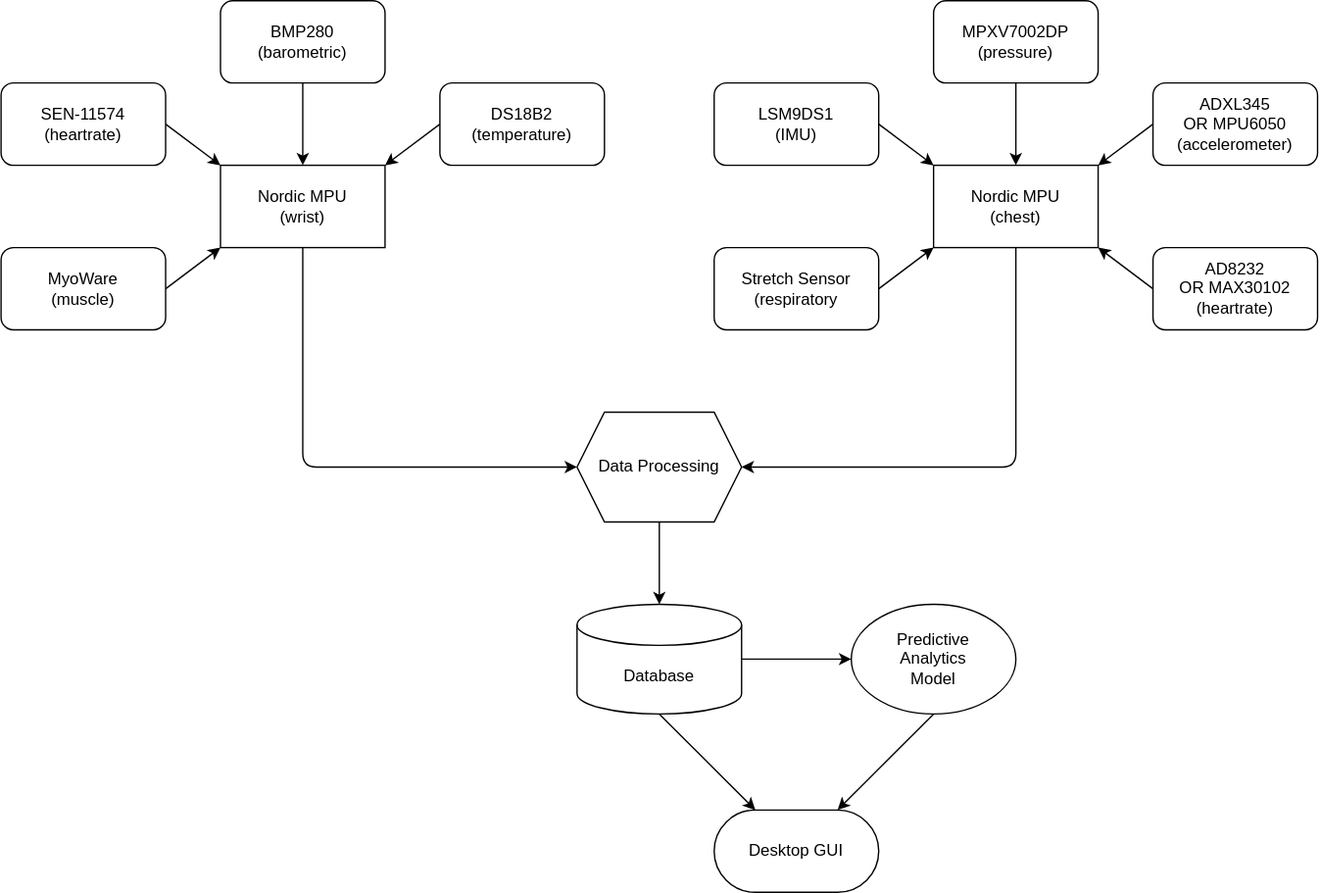
The draw.io diagram block_diagrams/block_diagram.drawio.svg in LunarVitals-Dev/LunarVitals-Sensors, before a commit. Source tidied: cells renumbered, new cells last; positions are measured from the earlier drawing's top-left corner, leaving out a move shared by most shapes.
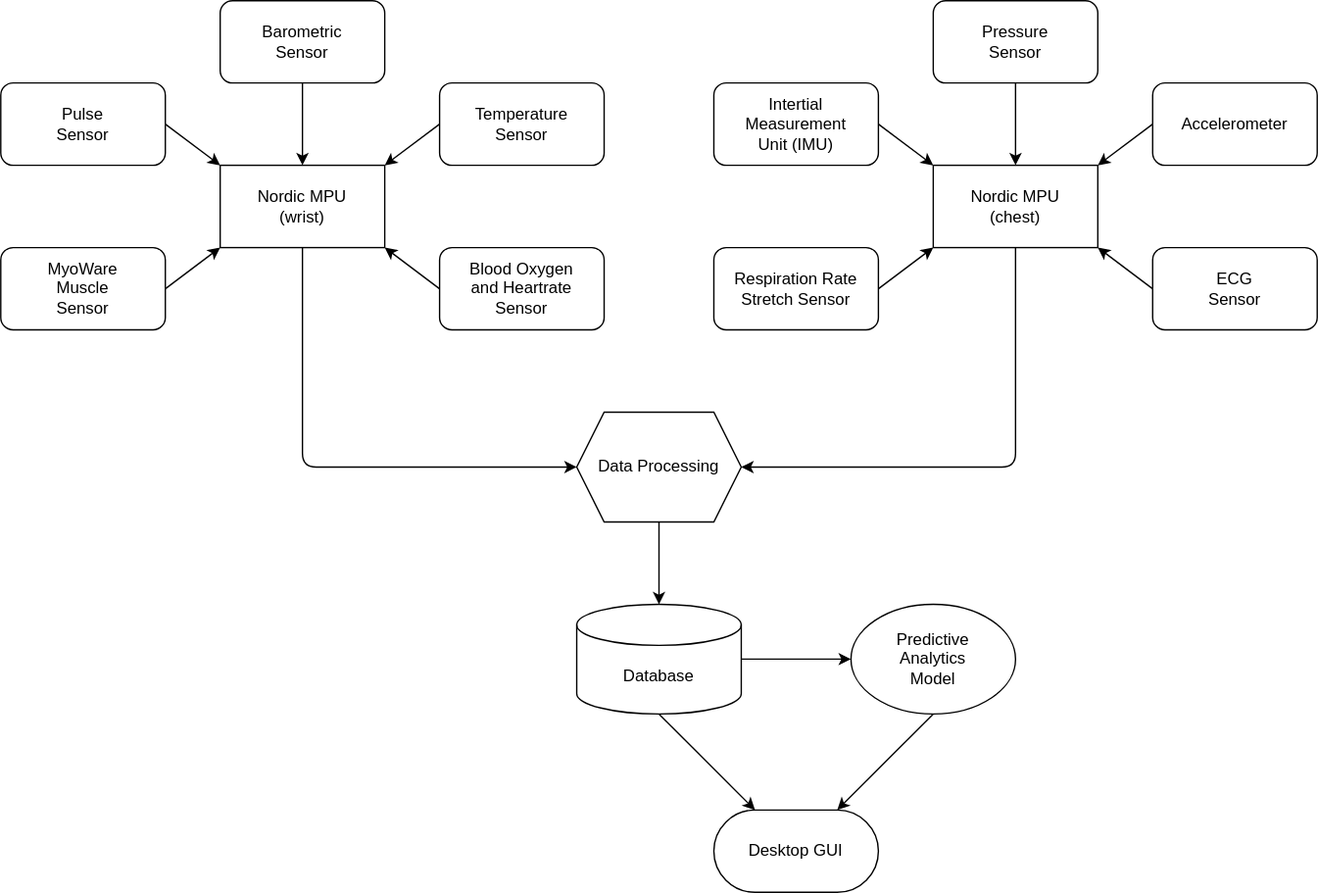
Later version of the same file.

Commit message:
update block diagram with sensor description instead of part number

Diff of the diagram source:
```diff
@@ -34,46 +34,46 @@
     <mxCell id="9" value="Nordic MPU&lt;br&gt;(chest)" style="rounded=0;whiteSpace=wrap;html=1;" parent="1" vertex="1">
       <mxGeometry x="680" y="120" width="120" height="60" as="geometry" />
     </mxCell>
-    <mxCell id="10" value="BMP280&lt;br&gt;(barometric)" style="rounded=1;whiteSpace=wrap;html=1;" parent="1" vertex="1">
+    <mxCell id="10" value="Barometric &lt;br&gt;Sensor" style="rounded=1;whiteSpace=wrap;html=1;" parent="1" vertex="1">
       <mxGeometry x="160" width="120" height="60" as="geometry" />
     </mxCell>
-    <mxCell id="11" value="SEN-11574&lt;br&gt;(heartrate)" style="rounded=1;whiteSpace=wrap;html=1;" parent="1" vertex="1">
+    <mxCell id="11" value="Pulse&lt;br&gt;Sensor" style="rounded=1;whiteSpace=wrap;html=1;" parent="1" vertex="1">
       <mxGeometry y="60" width="120" height="60" as="geometry" />
     </mxCell>
-    <mxCell id="12" value="MyoWare&lt;br&gt;(muscle)" style="rounded=1;whiteSpace=wrap;html=1;" parent="1" vertex="1">
+    <mxCell id="12" value="MyoWare&lt;br&gt;Muscle&lt;br&gt;Sensor" style="rounded=1;whiteSpace=wrap;html=1;" parent="1" vertex="1">
       <mxGeometry y="180" width="120" height="60" as="geometry" />
     </mxCell>
-    <mxCell id="13" value="DS18B2&lt;br&gt;(temperature)" style="rounded=1;whiteSpace=wrap;html=1;" parent="1" vertex="1">
+    <mxCell id="13" value="Temperature&lt;br&gt;Sensor" style="rounded=1;whiteSpace=wrap;html=1;" parent="1" vertex="1">
       <mxGeometry x="320" y="60" width="120" height="60" as="geometry" />
     </mxCell>
     <mxCell id="14" style="edgeStyle=none;html=1;exitX=1;exitY=0.5;exitDx=0;exitDy=0;entryX=0;entryY=0;entryDx=0;entryDy=0;endArrow=classic;endFill=1;" parent="1" edge="1" source="15" target="9">
       <mxGeometry relative="1" as="geometry" />
     </mxCell>
-    <mxCell id="15" value="LSM9DS1&lt;br&gt;(IMU)" style="rounded=1;whiteSpace=wrap;html=1;" parent="1" vertex="1">
+    <mxCell id="15" value="Intertial &lt;br&gt;Measurement&lt;br&gt;Unit (IMU)" style="rounded=1;whiteSpace=wrap;html=1;" parent="1" vertex="1">
       <mxGeometry x="520" y="60" width="120" height="60" as="geometry" />
     </mxCell>
     <mxCell id="16" style="edgeStyle=none;html=1;exitX=0.5;exitY=1;exitDx=0;exitDy=0;entryX=0.5;entryY=0;entryDx=0;entryDy=0;endArrow=classic;endFill=1;" parent="1" edge="1" source="17" target="9">
       <mxGeometry relative="1" as="geometry" />
     </mxCell>
-    <mxCell id="17" value="MPXV7002DP&lt;br&gt;(pressure)" style="rounded=1;whiteSpace=wrap;html=1;" parent="1" vertex="1">
+    <mxCell id="17" value="Pressure&lt;br&gt;Sensor" style="rounded=1;whiteSpace=wrap;html=1;" parent="1" vertex="1">
       <mxGeometry x="680" width="120" height="60" as="geometry" />
     </mxCell>
     <mxCell id="18" style="edgeStyle=none;html=1;exitX=0;exitY=0.5;exitDx=0;exitDy=0;entryX=1;entryY=0;entryDx=0;entryDy=0;endArrow=classic;endFill=1;" parent="1" edge="1" source="19" target="9">
       <mxGeometry relative="1" as="geometry" />
     </mxCell>
-    <mxCell id="19" value="ADXL345&lt;br&gt;OR MPU6050&lt;br&gt;(accelerometer)" style="rounded=1;whiteSpace=wrap;html=1;" parent="1" vertex="1">
+    <mxCell id="19" value="Accelerometer" style="rounded=1;whiteSpace=wrap;html=1;" parent="1" vertex="1">
       <mxGeometry x="840" y="60" width="120" height="60" as="geometry" />
     </mxCell>
     <mxCell id="20" style="edgeStyle=none;html=1;exitX=1;exitY=0.5;exitDx=0;exitDy=0;entryX=0;entryY=1;entryDx=0;entryDy=0;endArrow=classic;endFill=1;" parent="1" edge="1" source="21" target="9">
       <mxGeometry relative="1" as="geometry" />
     </mxCell>
-    <mxCell id="21" value="Stretch Sensor&lt;br&gt;(respiratory" style="rounded=1;whiteSpace=wrap;html=1;" parent="1" vertex="1">
+    <mxCell id="21" value="Respiration Rate&lt;br&gt;Stretch Sensor" style="rounded=1;whiteSpace=wrap;html=1;" parent="1" vertex="1">
       <mxGeometry x="520" y="180" width="120" height="60" as="geometry" />
     </mxCell>
     <mxCell id="22" style="edgeStyle=none;html=1;exitX=0;exitY=0.5;exitDx=0;exitDy=0;entryX=1;entryY=1;entryDx=0;entryDy=0;endArrow=classic;endFill=1;" parent="1" edge="1" source="23" target="9">
       <mxGeometry relative="1" as="geometry" />
     </mxCell>
-    <mxCell id="23" value="AD8232&lt;br&gt;OR MAX30102&lt;br&gt;(heartrate)" style="rounded=1;whiteSpace=wrap;html=1;" parent="1" vertex="1">
+    <mxCell id="23" value="ECG&amp;nbsp;&lt;br&gt;Sensor" style="rounded=1;whiteSpace=wrap;html=1;" parent="1" vertex="1">
       <mxGeometry x="840" y="180" width="120" height="60" as="geometry" />
     </mxCell>
     <mxCell id="24" style="edgeStyle=none;html=1;exitX=1;exitY=0.5;exitDx=0;exitDy=0;exitPerimeter=0;entryX=0;entryY=0.5;entryDx=0;entryDy=0;endArrow=classic;endFill=1;" parent="1" edge="1" source="26" target="30">
@@ -100,5 +100,11 @@
     <mxCell id="31" value="Desktop&amp;nbsp;GUI" style="rounded=1;whiteSpace=wrap;html=1;arcSize=50;" parent="1" vertex="1">
       <mxGeometry x="520" y="590" width="120" height="60" as="geometry" />
     </mxCell>
+    <mxCell id="32" style="edgeStyle=none;html=1;exitX=0;exitY=0.5;exitDx=0;exitDy=0;entryX=1;entryY=1;entryDx=0;entryDy=0;endArrow=classic;endFill=1;" parent="1" edge="1" source="33" target="3">
+      <mxGeometry relative="1" as="geometry" />
+    </mxCell>
+    <mxCell id="33" value="Blood Oxygen&amp;nbsp;&lt;br&gt;and Heartrate&lt;br&gt;Sensor" style="rounded=1;whiteSpace=wrap;html=1;" parent="1" vertex="1">
+      <mxGeometry x="320" y="180" width="120" height="60" as="geometry" />
+    </mxCell>
   </root>
 </mxGraphModel>
```
